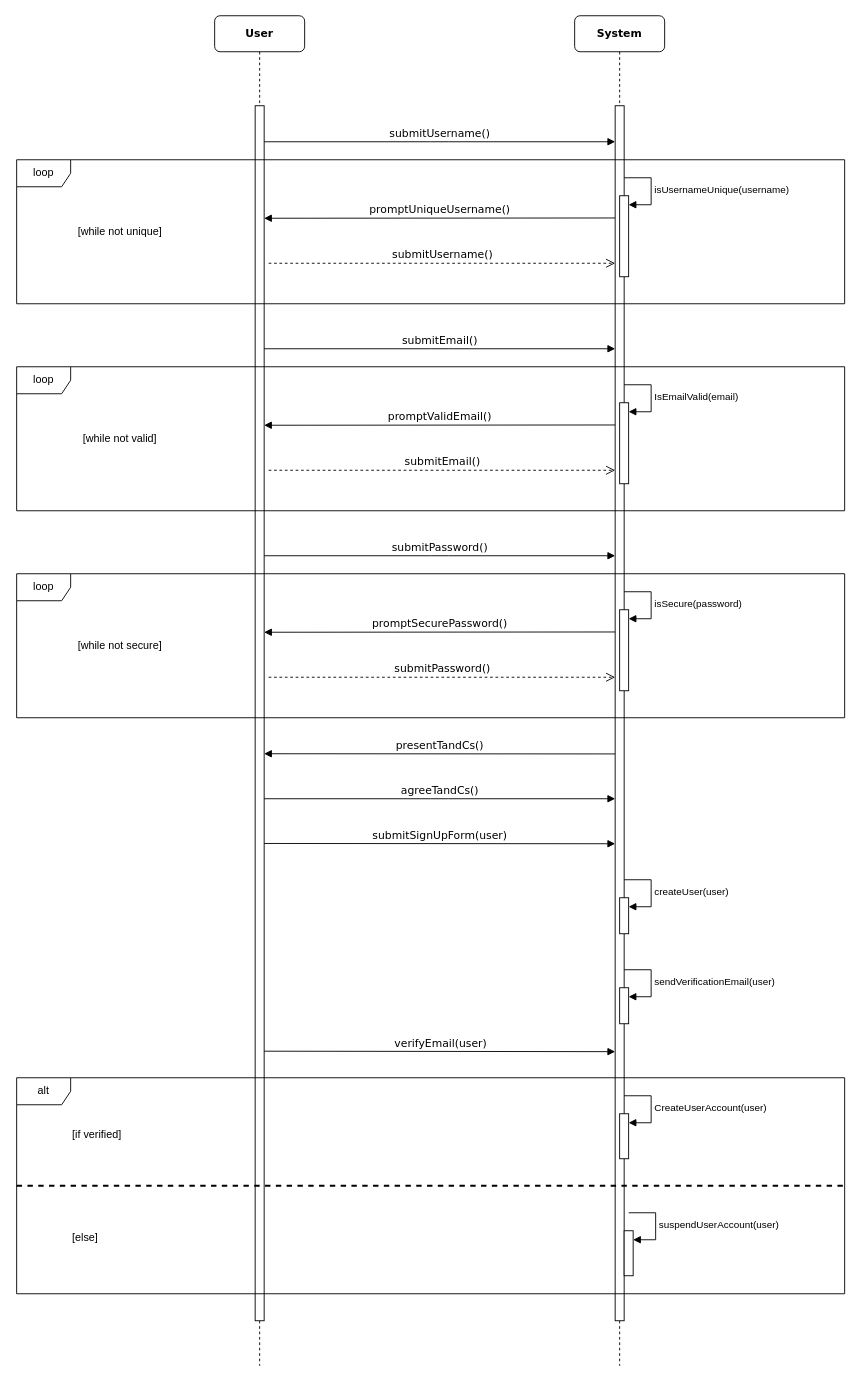
Above: Assignment 3/Activity 2/Act2_Sequence-SignUp.drawio in s3950562/U_IT01_2 (draw.io), before the change. Source tidied: cells renumbered, new cells numbered last; positions are measured from the earlier drawing's top-left corner, leaving out a move shared by most shapes. Both pictures are drawn from the tidied source at 90%, with x=0, y=0 at pixel (16, 15).
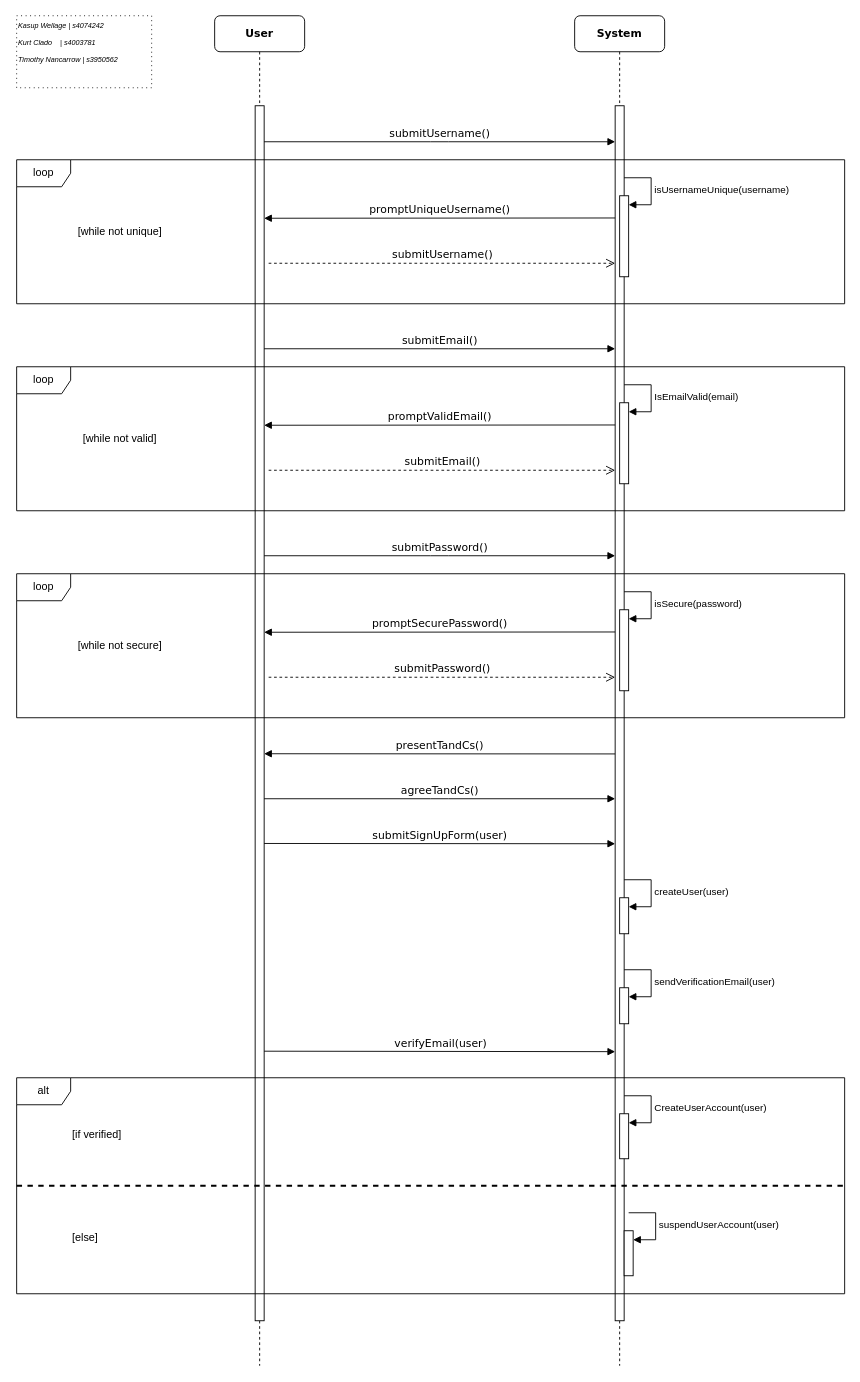
The same page after the edit.

The edit, as a diff of the source:
```diff
@@
+    <mxCell id="42" value="Kasup Wellage | s4074242&lt;br style=&quot;font-size: 8px;&quot;&gt;&lt;br style=&quot;font-size: 8px;&quot;&gt;Kurt Clado&amp;nbsp;&amp;nbsp;&amp;nbsp; | s4003781&lt;br style=&quot;font-size: 8px;&quot;&gt;&lt;br style=&quot;font-size: 8px;&quot;&gt;Timothy Nancarrow | s3950562" style="text;html=1;align=left;verticalAlign=top;whiteSpace=wrap;rounded=0;fontSize=8;fontStyle=2;strokeColor=default;dashed=1;dashPattern=1 4;" parent="1" vertex="1">
+      <mxGeometry width="150" height="80" as="geometry" />
+    </mxCell>
```
